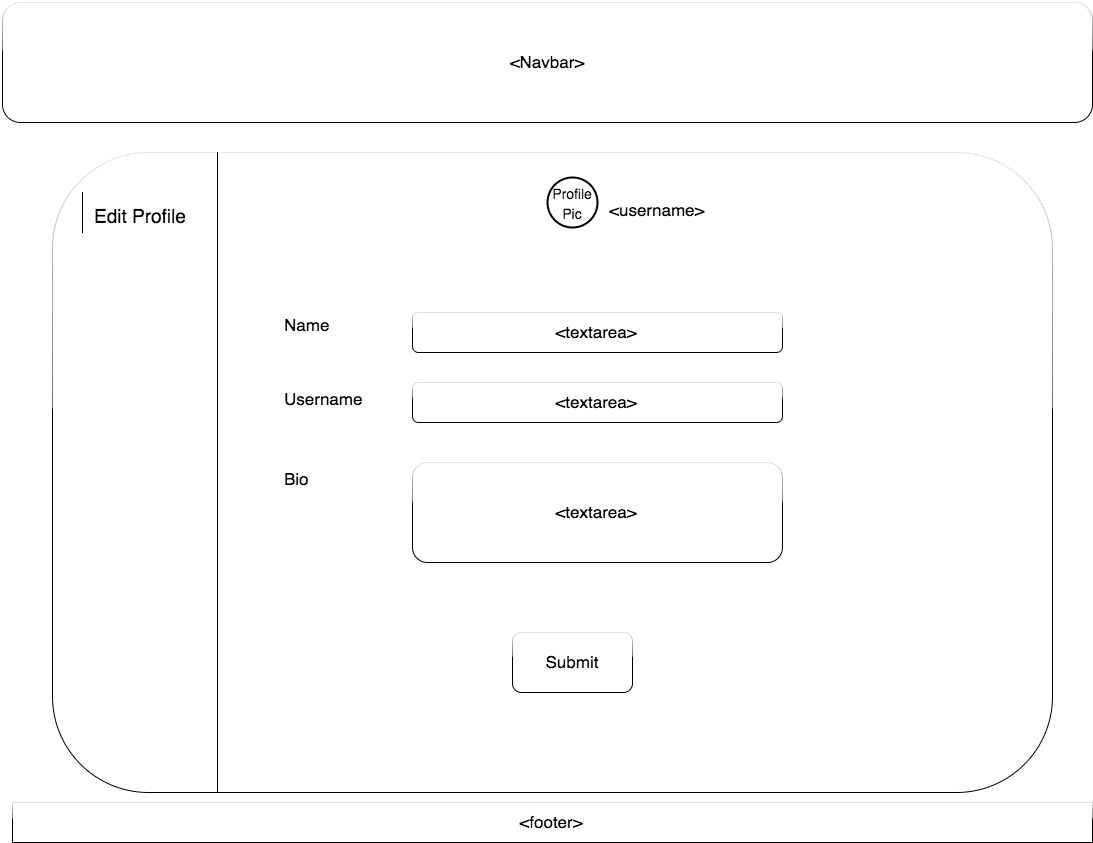
Earlier version of the draw.io export docs/wireframes/edit_profile.png (darryllittman/Pixlgram). Source tidied: cells renumbered, new cells last; positions are measured from the earlier drawing's top-left corner, leaving out a move shared by most shapes. Source of this version:
```xml
<mxGraphModel background="#ffffff">
  <root>
    <mxCell id="0" />
    <mxCell id="1" parent="0" />
    <mxCell id="2" value="&amp;lt;Navbar&amp;gt;" style="whiteSpace=wrap;html=1;rounded=1;glass=1;labelBackgroundColor=none;strokeWidth=1;fillColor=#FFFFFF;fontSize=17;align=center;" parent="1" vertex="1">
      <mxGeometry width="1090" height="120" as="geometry" />
    </mxCell>
    <mxCell id="3" style="whiteSpace=wrap;html=1;rounded=1;shadow=0;glass=1;labelBackgroundColor=none;strokeWidth=1;fillColor=#FFFFFF;fontSize=17;align=center;" parent="1" vertex="1">
      <mxGeometry x="50" y="150" width="1000" height="640" as="geometry" />
    </mxCell>
    <mxCell id="4" value="&amp;lt;footer&amp;gt;" style="whiteSpace=wrap;html=1;rounded=1;shadow=0;glass=1;labelBackgroundColor=none;strokeWidth=1;fillColor=#FFFFFF;fontSize=17;align=center;arcSize=0;" parent="1" vertex="1">
      <mxGeometry x="10" y="800" width="1080" height="40" as="geometry" />
    </mxCell>
    <mxCell id="5" style="line;direction=south;html=1;rounded=1;shadow=0;glass=1;labelBackgroundColor=none;strokeWidth=1;fillColor=#FFFFFF;fontSize=17;align=center;" parent="1" vertex="1">
      <mxGeometry x="210" y="150" width="10" height="640" as="geometry" />
    </mxCell>
    <mxCell id="6" style="line;direction=south;html=1;rounded=1;shadow=0;glass=1;labelBackgroundColor=none;strokeWidth=1;fillColor=#FFFFFF;fontSize=17;align=center;" parent="1" vertex="1">
      <mxGeometry x="75" y="190" width="10" height="40" as="geometry" />
    </mxCell>
    <mxCell id="7" value="&lt;font style=&quot;font-size: 19px&quot;&gt;Edit Profile&lt;/font&gt;" style="text;html=1;align=left;verticalAlign=top;spacingTop=-4;fontSize=17;" parent="1" vertex="1">
      <mxGeometry x="90" y="200" width="110" height="20" as="geometry" />
    </mxCell>
    <mxCell id="8" value="&lt;font style=&quot;font-size: 14px&quot;&gt;Profile Pic&lt;/font&gt;" style="strokeWidth=2;html=1;shape=mxgraph.flowchart.start_2;whiteSpace=wrap;rounded=1;shadow=0;glass=1;labelBackgroundColor=none;fillColor=#FFFFFF;fontSize=17;align=center;" parent="1" vertex="1">
      <mxGeometry x="545" y="175" width="50" height="50" as="geometry" />
    </mxCell>
    <mxCell id="9" value="&amp;lt;username&amp;gt;" style="text;html=1;align=left;verticalAlign=top;spacingTop=-4;fontSize=17;" parent="1" vertex="1">
      <mxGeometry x="605" y="195" width="110" height="20" as="geometry" />
    </mxCell>
    <mxCell id="10" value="&lt;span&gt;Name&lt;/span&gt;" style="text;html=1;align=left;verticalAlign=top;spacingTop=-4;fontSize=17;" parent="1" vertex="1">
      <mxGeometry x="280" y="310" width="60" height="20" as="geometry" />
    </mxCell>
    <mxCell id="11" value="Username" style="text;html=1;fontSize=17;" parent="1" vertex="1">
      <mxGeometry x="280" y="380" width="50" height="40" as="geometry" />
    </mxCell>
    <mxCell id="12" value="Bio" style="text;html=1;fontSize=17;" parent="1" vertex="1">
      <mxGeometry x="280" y="460" width="50" height="40" as="geometry" />
    </mxCell>
    <mxCell id="13" value="&amp;lt;textarea&amp;gt;" style="whiteSpace=wrap;html=1;rounded=1;shadow=0;glass=1;labelBackgroundColor=none;strokeWidth=1;fillColor=#FFFFFF;fontSize=17;align=center;" parent="1" vertex="1">
      <mxGeometry x="410" y="310" width="370" height="40" as="geometry" />
    </mxCell>
    <mxCell id="14" value="&amp;lt;textarea&amp;gt;" style="whiteSpace=wrap;html=1;rounded=1;shadow=0;glass=1;labelBackgroundColor=none;strokeWidth=1;fillColor=#FFFFFF;fontSize=17;align=center;" parent="1" vertex="1">
      <mxGeometry x="410" y="380" width="370" height="40" as="geometry" />
    </mxCell>
    <mxCell id="15" value="&amp;lt;textarea&amp;gt;" style="whiteSpace=wrap;html=1;rounded=1;shadow=0;glass=1;labelBackgroundColor=none;strokeWidth=1;fillColor=#FFFFFF;fontSize=17;align=center;" parent="1" vertex="1">
      <mxGeometry x="410" y="460" width="370" height="100" as="geometry" />
    </mxCell>
    <mxCell id="16" value="Submit" style="whiteSpace=wrap;html=1;rounded=1;shadow=0;glass=1;labelBackgroundColor=none;strokeWidth=1;fillColor=#FFFFFF;fontSize=17;align=center;" parent="1" vertex="1">
      <mxGeometry x="510" y="630" width="120" height="60" as="geometry" />
    </mxCell>
  </root>
</mxGraphModel>
```
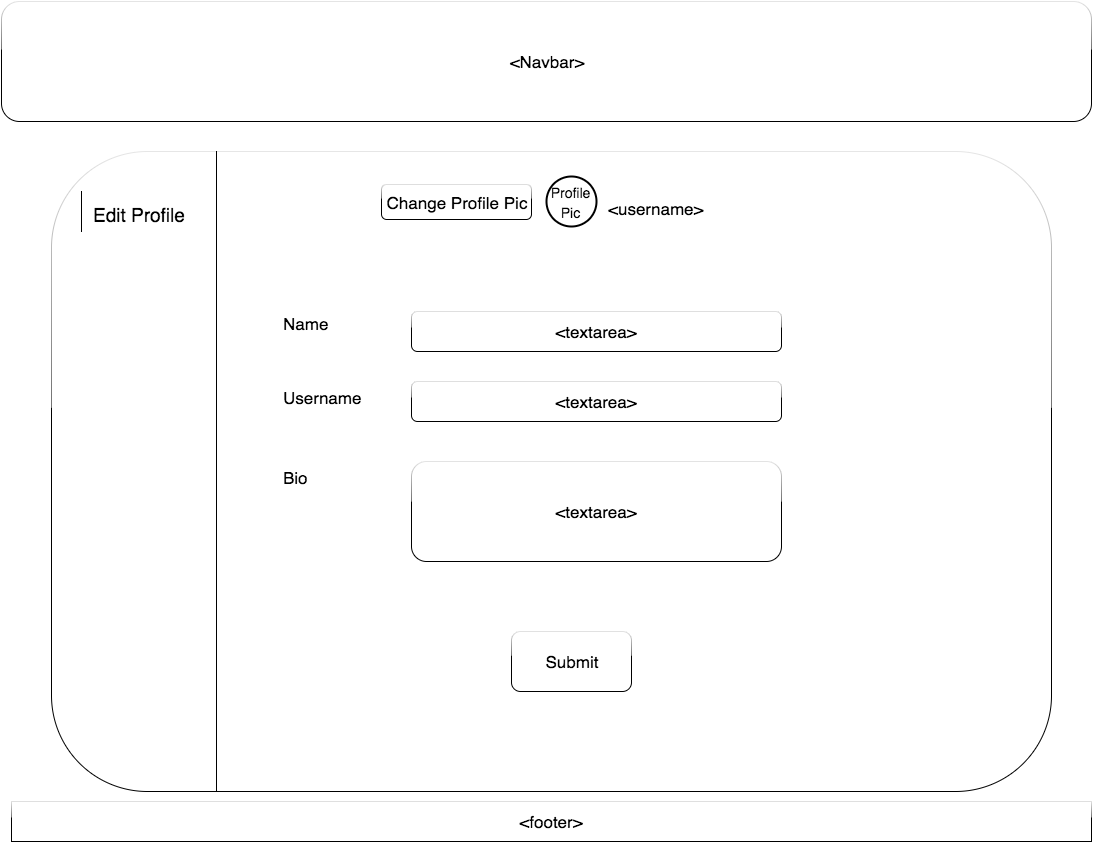
After the change.

Commit message:
update wireframes with followers-following.png and redux-structure

What changed in the source:
```diff
@@ -47,5 +47,8 @@
     <mxCell id="16" value="Submit" style="whiteSpace=wrap;html=1;rounded=1;shadow=0;glass=1;labelBackgroundColor=none;strokeWidth=1;fillColor=#FFFFFF;fontSize=17;align=center;" parent="1" vertex="1">
       <mxGeometry x="510" y="630" width="120" height="60" as="geometry" />
     </mxCell>
+    <mxCell id="17" value="Change Profile Pic" style="whiteSpace=wrap;html=1;rounded=1;shadow=0;glass=1;labelBackgroundColor=none;strokeWidth=1;fillColor=#FFFFFF;fontSize=17;align=center;" parent="1" vertex="1">
+      <mxGeometry x="380" y="183" width="150" height="35" as="geometry" />
+    </mxCell>
   </root>
 </mxGraphModel>
```
